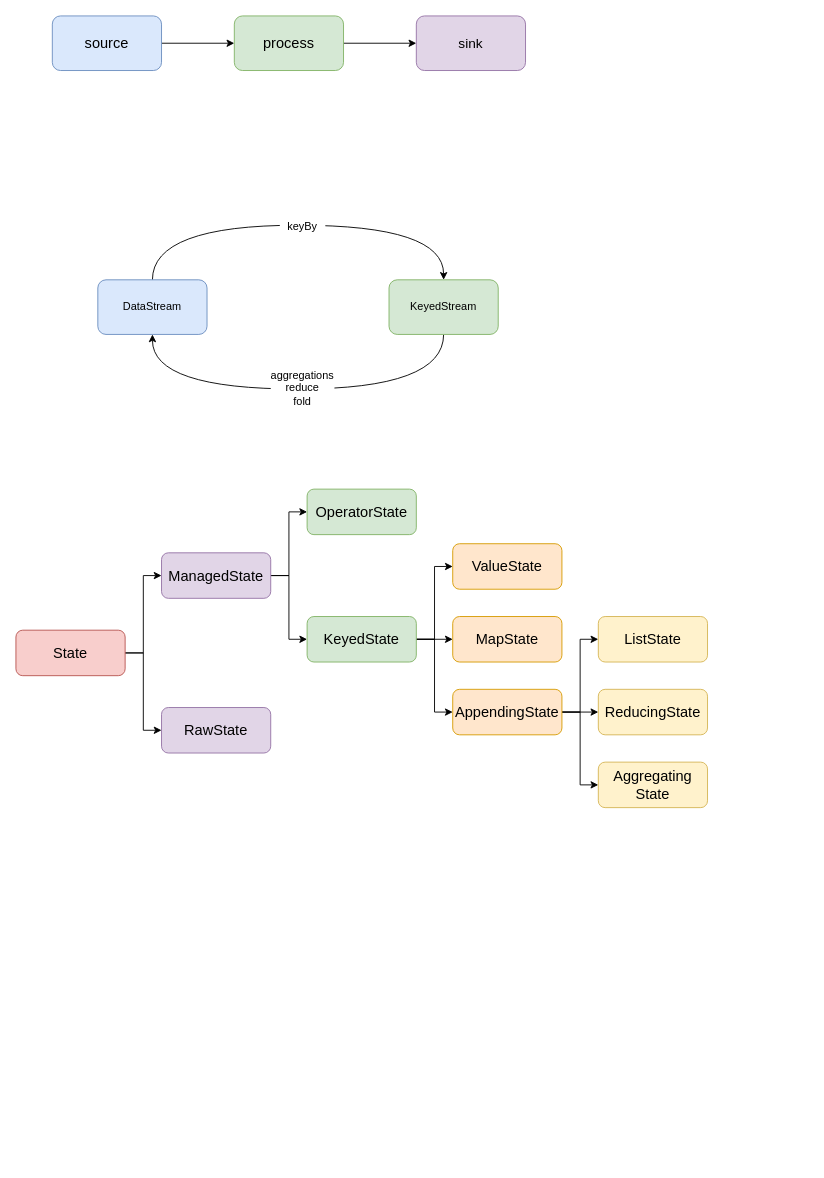
This is flink.drawio from ZiqingYip/moment, a draw.io file, before an edit. Source tidied: cells renumbered, new cells numbered last; positions are measured from the earlier drawing's top-left corner, leaving out a move shared by most shapes. Both pictures are drawn from the tidied source at 91%, with x=0, y=0 at pixel (15, 15).
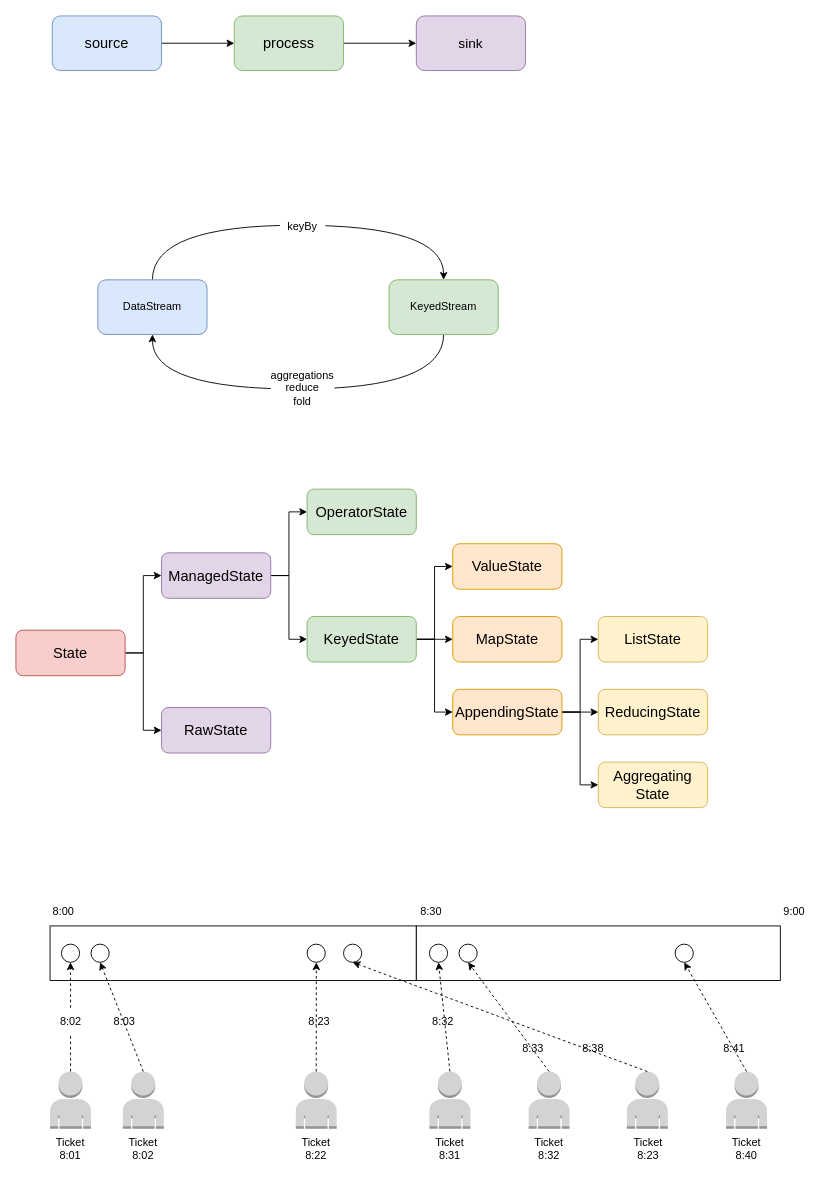
After the change.

The edit, as a diff of the source:
```diff
@@
+    <mxCell id="34" style="outlineConnect=0;dashed=0;verticalLabelPosition=bottom;verticalAlign=top;align=center;html=1;shape=mxgraph.aws3.user;fillColor=#D2D3D3;gradientColor=none;flipH=0;flipV=0;" parent="1" vertex="1">
+      <mxGeometry x="37.5" y="1160" width="45" height="63" as="geometry" />
+    </mxCell>
+    <mxCell id="35" style="outlineConnect=0;dashed=0;verticalLabelPosition=bottom;verticalAlign=top;align=center;html=1;shape=mxgraph.aws3.user;fillColor=#D2D3D3;gradientColor=none;flipH=0;flipV=0;" parent="1" vertex="1">
+      <mxGeometry x="117.5" y="1160" width="45" height="63" as="geometry" />
+    </mxCell>
+    <mxCell id="36" style="outlineConnect=0;dashed=0;verticalLabelPosition=bottom;verticalAlign=top;align=center;html=1;shape=mxgraph.aws3.user;fillColor=#D2D3D3;gradientColor=none;flipH=0;flipV=0;" parent="1" vertex="1">
+      <mxGeometry x="307.5" y="1160" width="45" height="63" as="geometry" />
+    </mxCell>
+    <mxCell id="37" style="outlineConnect=0;dashed=0;verticalLabelPosition=bottom;verticalAlign=top;align=center;html=1;shape=mxgraph.aws3.user;fillColor=#D2D3D3;gradientColor=none;flipH=0;flipV=0;" parent="1" vertex="1">
+      <mxGeometry x="454.4" y="1160" width="45" height="63" as="geometry" />
+    </mxCell>
+    <mxCell id="38" style="outlineConnect=0;dashed=0;verticalLabelPosition=bottom;verticalAlign=top;align=center;html=1;shape=mxgraph.aws3.user;fillColor=#D2D3D3;gradientColor=none;flipH=0;flipV=0;" parent="1" vertex="1">
+      <mxGeometry x="563.4" y="1160" width="45" height="63" as="geometry" />
+    </mxCell>
+    <mxCell id="39" style="outlineConnect=0;dashed=0;verticalLabelPosition=bottom;verticalAlign=top;align=center;html=1;shape=mxgraph.aws3.user;fillColor=#D2D3D3;gradientColor=none;flipH=0;flipV=0;" parent="1" vertex="1">
+      <mxGeometry x="671.4" y="1160" width="45" height="63" as="geometry" />
+    </mxCell>
+    <mxCell id="40" style="outlineConnect=0;dashed=0;verticalLabelPosition=bottom;verticalAlign=top;align=center;html=1;shape=mxgraph.aws3.user;fillColor=#D2D3D3;gradientColor=none;flipH=0;flipV=0;" parent="1" vertex="1">
+      <mxGeometry x="780.4" y="1160" width="45" height="63" as="geometry" />
+    </mxCell>
+    <mxCell id="41" value="Ticket 8:01" style="text;html=1;strokeColor=none;fillColor=none;align=center;verticalAlign=middle;whiteSpace=wrap;rounded=0;" parent="1" vertex="1">
+      <mxGeometry x="30" y="1230" width="60" height="30" as="geometry" />
+    </mxCell>
+    <mxCell id="42" value="Ticket 8:02" style="text;html=1;strokeColor=none;fillColor=none;align=center;verticalAlign=middle;whiteSpace=wrap;rounded=0;" parent="1" vertex="1">
+      <mxGeometry x="110" y="1230" width="60" height="30" as="geometry" />
+    </mxCell>
+    <mxCell id="43" value="Ticket 8:22" style="text;html=1;strokeColor=none;fillColor=none;align=center;verticalAlign=middle;whiteSpace=wrap;rounded=0;" parent="1" vertex="1">
+      <mxGeometry x="300" y="1230" width="60" height="30" as="geometry" />
+    </mxCell>
+    <mxCell id="44" style="rounded=0;whiteSpace=wrap;html=1;" parent="1" vertex="1">
+      <mxGeometry x="37.5" y="1000" width="402.5" height="60" as="geometry" />
+    </mxCell>
+    <mxCell id="45" style="rounded=0;whiteSpace=wrap;html=1;" parent="1" vertex="1">
+      <mxGeometry x="440" y="1000" width="400" height="60" as="geometry" />
+    </mxCell>
+    <mxCell id="46" value="Ticket 8:31" style="text;html=1;strokeColor=none;fillColor=none;align=center;verticalAlign=middle;whiteSpace=wrap;rounded=0;" parent="1" vertex="1">
+      <mxGeometry x="447.1" y="1230" width="60" height="30" as="geometry" />
+    </mxCell>
+    <mxCell id="47" value="Ticket 8:32" style="text;html=1;strokeColor=none;fillColor=none;align=center;verticalAlign=middle;whiteSpace=wrap;rounded=0;" parent="1" vertex="1">
+      <mxGeometry x="555.6" y="1230" width="60" height="30" as="geometry" />
+    </mxCell>
+    <mxCell id="48" value="Ticket 8:23" style="text;html=1;strokeColor=none;fillColor=none;align=center;verticalAlign=middle;whiteSpace=wrap;rounded=0;" parent="1" vertex="1">
+      <mxGeometry x="664.6" y="1230" width="60" height="30" as="geometry" />
+    </mxCell>
+    <mxCell id="49" value="Ticket 8:40" style="text;html=1;strokeColor=none;fillColor=none;align=center;verticalAlign=middle;whiteSpace=wrap;rounded=0;" parent="1" vertex="1">
+      <mxGeometry x="772.9" y="1230" width="60" height="30" as="geometry" />
+    </mxCell>
+    <mxCell id="50" style="ellipse;whiteSpace=wrap;html=1;" parent="1" vertex="1">
+      <mxGeometry x="50" y="1020" width="20" height="20" as="geometry" />
+    </mxCell>
+    <mxCell id="51" style="ellipse;whiteSpace=wrap;html=1;" parent="1" vertex="1">
+      <mxGeometry x="82.5" y="1020" width="20" height="20" as="geometry" />
+    </mxCell>
+    <mxCell id="52" style="ellipse;whiteSpace=wrap;html=1;" parent="1" vertex="1">
+      <mxGeometry x="320" y="1020" width="20" height="20" as="geometry" />
+    </mxCell>
+    <mxCell id="53" style="ellipse;whiteSpace=wrap;html=1;" parent="1" vertex="1">
+      <mxGeometry x="360" y="1020" width="20" height="20" as="geometry" />
+    </mxCell>
+    <mxCell id="54" style="ellipse;whiteSpace=wrap;html=1;" parent="1" vertex="1">
+      <mxGeometry x="454.4" y="1020" width="20" height="20" as="geometry" />
+    </mxCell>
+    <mxCell id="55" style="ellipse;whiteSpace=wrap;html=1;" parent="1" vertex="1">
+      <mxGeometry x="486.9" y="1020" width="20" height="20" as="geometry" />
+    </mxCell>
+    <mxCell id="56" style="ellipse;whiteSpace=wrap;html=1;" parent="1" vertex="1">
+      <mxGeometry x="724.4" y="1020" width="20" height="20" as="geometry" />
+    </mxCell>
+    <mxCell id="57" value="8:00" style="text;html=1;strokeColor=none;fillColor=none;align=center;verticalAlign=middle;whiteSpace=wrap;rounded=0;" parent="1" vertex="1">
+      <mxGeometry x="35.5" y="970" width="32.5" height="30" as="geometry" />
+    </mxCell>
+    <mxCell id="58" value="8:30" style="text;html=1;strokeColor=none;fillColor=none;align=center;verticalAlign=middle;whiteSpace=wrap;rounded=0;" parent="1" vertex="1">
+      <mxGeometry x="440" y="970" width="32.5" height="30" as="geometry" />
+    </mxCell>
+    <mxCell id="59" value="9:00" style="text;html=1;strokeColor=none;fillColor=none;align=center;verticalAlign=middle;whiteSpace=wrap;rounded=0;" parent="1" vertex="1">
+      <mxGeometry x="839" y="970" width="32.5" height="30" as="geometry" />
+    </mxCell>
+    <mxCell id="60" style="rounded=0;jettySize=auto;html=1;exitX=0.5;exitY=0;exitDx=0;exitDy=0;exitPerimeter=0;entryX=0.5;entryY=1;entryDx=0;entryDy=0;dashed=1;startArrow=none;" parent="1" edge="1" source="67" target="50">
+      <mxGeometry relative="1" as="geometry" />
+    </mxCell>
+    <mxCell id="61" style="edgeStyle=none;rounded=0;jettySize=auto;html=1;exitX=0.5;exitY=0;exitDx=0;exitDy=0;exitPerimeter=0;entryX=0.727;entryY=0.667;entryDx=0;entryDy=0;entryPerimeter=0;dashed=1;" parent="1" edge="1" source="36" target="44">
+      <mxGeometry relative="1" as="geometry" />
+    </mxCell>
+    <mxCell id="62" style="edgeStyle=none;rounded=0;jettySize=auto;html=1;exitX=0.5;exitY=0;exitDx=0;exitDy=0;exitPerimeter=0;entryX=0.5;entryY=1;entryDx=0;entryDy=0;dashed=1;" parent="1" edge="1" source="39" target="53">
+      <mxGeometry relative="1" as="geometry" />
+    </mxCell>
+    <mxCell id="63" style="edgeStyle=none;rounded=0;jettySize=auto;html=1;exitX=0.5;exitY=0;exitDx=0;exitDy=0;exitPerimeter=0;entryX=0.5;entryY=1;entryDx=0;entryDy=0;dashed=1;" parent="1" edge="1" source="37" target="54">
+      <mxGeometry relative="1" as="geometry" />
+    </mxCell>
+    <mxCell id="64" style="edgeStyle=none;rounded=0;jettySize=auto;html=1;exitX=0.5;exitY=0;exitDx=0;exitDy=0;exitPerimeter=0;entryX=0.5;entryY=1;entryDx=0;entryDy=0;dashed=1;" parent="1" edge="1" source="38" target="55">
+      <mxGeometry relative="1" as="geometry" />
+    </mxCell>
+    <mxCell id="65" style="edgeStyle=none;rounded=0;jettySize=auto;html=1;exitX=0.5;exitY=0;exitDx=0;exitDy=0;exitPerimeter=0;entryX=0.5;entryY=1;entryDx=0;entryDy=0;dashed=1;" parent="1" edge="1" source="40" target="56">
+      <mxGeometry relative="1" as="geometry" />
+    </mxCell>
+    <mxCell id="66" style="edgeStyle=none;rounded=0;jettySize=auto;html=1;exitX=0.5;exitY=0;exitDx=0;exitDy=0;exitPerimeter=0;entryX=0.5;entryY=1;entryDx=0;entryDy=0;dashed=1;" parent="1" edge="1" source="35" target="51">
+      <mxGeometry relative="1" as="geometry" />
+    </mxCell>
+    <mxCell id="67" value="8:02" style="text;html=1;strokeColor=none;fillColor=none;align=center;verticalAlign=middle;whiteSpace=wrap;rounded=0;" parent="1" vertex="1">
+      <mxGeometry x="43.8" y="1090" width="32.5" height="30" as="geometry" />
+    </mxCell>
+    <mxCell id="68" style="rounded=0;jettySize=auto;html=1;exitX=0.5;exitY=0;exitDx=0;exitDy=0;exitPerimeter=0;entryX=0.5;entryY=1;entryDx=0;entryDy=0;dashed=1;endArrow=none;" parent="1" edge="1" source="34" target="67">
+      <mxGeometry relative="1" as="geometry" />
+    </mxCell>
+    <mxCell id="69" value="8:03" style="text;html=1;strokeColor=none;fillColor=none;align=center;verticalAlign=middle;whiteSpace=wrap;rounded=0;" parent="1" vertex="1">
+      <mxGeometry x="102.5" y="1090" width="32.5" height="30" as="geometry" />
+    </mxCell>
+    <mxCell id="70" value="8:23" style="text;html=1;strokeColor=none;fillColor=none;align=center;verticalAlign=middle;whiteSpace=wrap;rounded=0;" parent="1" vertex="1">
+      <mxGeometry x="317" y="1090" width="32.5" height="30" as="geometry" />
+    </mxCell>
+    <mxCell id="71" value="8:32" style="text;html=1;strokeColor=none;fillColor=none;align=center;verticalAlign=middle;whiteSpace=wrap;rounded=0;" parent="1" vertex="1">
+      <mxGeometry x="453.1" y="1090" width="32.5" height="30" as="geometry" />
+    </mxCell>
+    <mxCell id="72" value="8:33" style="text;html=1;strokeColor=none;fillColor=none;align=center;verticalAlign=middle;whiteSpace=wrap;rounded=0;" parent="1" vertex="1">
+      <mxGeometry x="552" y="1120" width="32.5" height="30" as="geometry" />
+    </mxCell>
+    <mxCell id="73" value="8:38" style="text;html=1;strokeColor=none;fillColor=none;align=center;verticalAlign=middle;whiteSpace=wrap;rounded=0;" parent="1" vertex="1">
+      <mxGeometry x="618.4" y="1120" width="32.5" height="30" as="geometry" />
+    </mxCell>
+    <mxCell id="74" value="8:41" style="text;html=1;strokeColor=none;fillColor=none;align=center;verticalAlign=middle;whiteSpace=wrap;rounded=0;" parent="1" vertex="1">
+      <mxGeometry x="772.9" y="1120" width="32.5" height="30" as="geometry" />
+    </mxCell>
```
